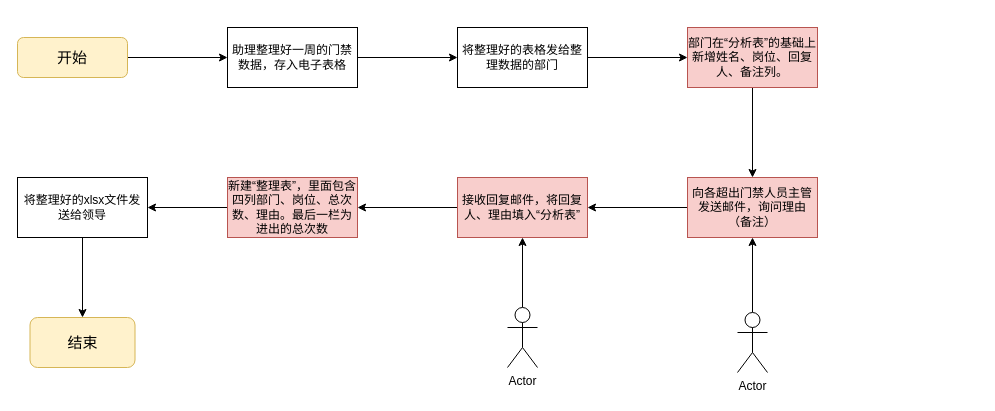
Before: flowchart/自动化整理门禁信息.drawio in PenguinLJ/DrawChart, a draw.io diagram. Source tidied: cells renumbered, new cells numbered last; positions are measured from the earlier drawing's top-left corner, leaving out a move shared by most shapes. Both pictures are drawn from the tidied source at 100%, with x=0, y=0 at pixel (17, 27).
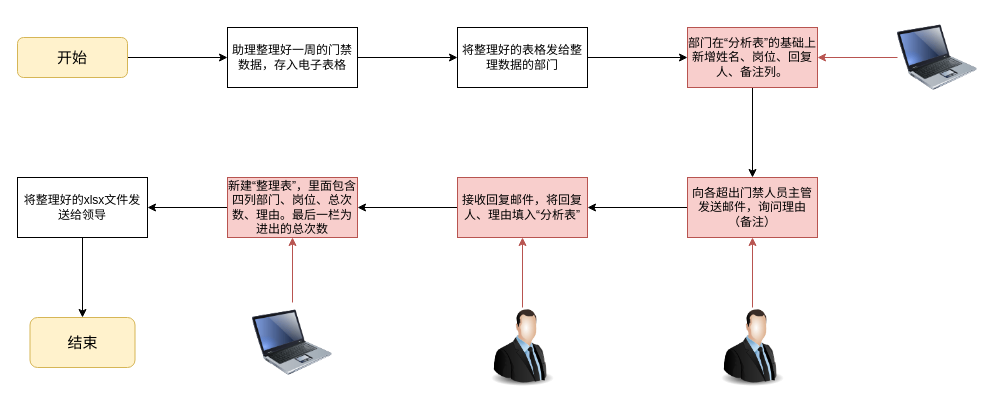
Above is the later version.

Commit message:
更新自动化整理门禁信息.drawio

The change refers to these unchanged cells:
```xml
<mxCell id="10" value="部门在“分析表”的基础上新增姓名、岗位、回复人、备注列。" style="rounded=0;whiteSpace=wrap;html=1;fillColor=#f8cecc;strokeColor=#b85450;" parent="1" vertex="1">
  <mxGeometry x="670" width="130" height="60" as="geometry" />
</mxCell>
<mxCell id="12" value="向各超出门禁人员主管发送邮件，询问理由（备注）" style="rounded=0;whiteSpace=wrap;html=1;fillColor=#f8cecc;strokeColor=#b85450;" parent="1" vertex="1">
  <mxGeometry x="670" y="150" width="130" height="60" as="geometry" />
</mxCell>
<mxCell id="14" value="接收回复邮件，将回复人、理由填入“分析表”" style="rounded=0;whiteSpace=wrap;html=1;fillColor=#f8cecc;strokeColor=#b85450;" parent="1" vertex="1">
  <mxGeometry x="440" y="150" width="130" height="60" as="geometry" />
</mxCell>
<mxCell id="16" value="新建“整理表”，里面包含四列部门、岗位、总次数、理由。最后一栏为进出的总次数" style="rounded=0;whiteSpace=wrap;html=1;fillColor=#f8cecc;strokeColor=#b85450;" parent="1" vertex="1">
  <mxGeometry x="210" y="150" width="130" height="60" as="geometry" />
</mxCell>
```

What changed in the source:
```diff
@@
-    <mxCell id="19" style="edgeStyle=orthogonalEdgeStyle;rounded=0;jettySize=auto;html=1;exitX=0.5;exitY=0;exitDx=0;exitDy=0;exitPerimeter=0;entryX=0.5;entryY=1;entryDx=0;entryDy=0;" parent="1" edge="1" source="20" target="12">
-      <mxGeometry relative="1" as="geometry" />
-    </mxCell>
-    <mxCell id="20" value="Actor" style="shape=umlActor;verticalLabelPosition=bottom;verticalAlign=top;html=1;outlineConnect=0;" parent="1" vertex="1">
-      <mxGeometry x="720" y="285" width="30" height="60" as="geometry" />
-    </mxCell>
-    <mxCell id="21" style="edgeStyle=orthogonalEdgeStyle;rounded=0;jettySize=auto;html=1;entryX=0.5;entryY=1;entryDx=0;entryDy=0;" parent="1" edge="1" source="22" target="14">
-      <mxGeometry relative="1" as="geometry" />
-    </mxCell>
-    <mxCell id="22" value="Actor" style="shape=umlActor;verticalLabelPosition=bottom;verticalAlign=top;html=1;outlineConnect=0;" parent="1" vertex="1">
-      <mxGeometry x="490" y="280" width="30" height="60" as="geometry" />
-    </mxCell>
+    <mxCell id="23" style="edgeStyle=orthogonalEdgeStyle;rounded=0;jettySize=auto;html=1;exitX=0.5;exitY=0;exitDx=0;exitDy=0;entryX=0.5;entryY=1;entryDx=0;entryDy=0;fillColor=#f8cecc;strokeColor=#b85450;" parent="1" edge="1" source="24" target="14">
+      <mxGeometry relative="1" as="geometry" />
+    </mxCell>
+    <mxCell id="24" style="image;html=1;image=img/lib/clip_art/people/Suit_Man_128x128.png;" parent="1" vertex="1">
+      <mxGeometry x="465" y="280" width="80" height="80" as="geometry" />
+    </mxCell>
+    <mxCell id="25" style="edgeStyle=orthogonalEdgeStyle;rounded=0;jettySize=auto;html=1;exitX=0.5;exitY=0;exitDx=0;exitDy=0;entryX=0.5;entryY=1;entryDx=0;entryDy=0;fillColor=#f8cecc;strokeColor=#b85450;" parent="1" edge="1" source="26" target="12">
+      <mxGeometry relative="1" as="geometry" />
+    </mxCell>
+    <mxCell id="26" style="image;html=1;image=img/lib/clip_art/people/Suit_Man_128x128.png;" parent="1" vertex="1">
+      <mxGeometry x="695" y="280" width="80" height="80" as="geometry" />
+    </mxCell>
+    <mxCell id="27" style="edgeStyle=orthogonalEdgeStyle;rounded=0;jettySize=auto;html=1;exitX=0.5;exitY=0;exitDx=0;exitDy=0;entryX=0.5;entryY=1;entryDx=0;entryDy=0;fillColor=#f8cecc;strokeColor=#b85450;" parent="1" edge="1" source="28" target="16">
+      <mxGeometry relative="1" as="geometry" />
+    </mxCell>
+    <mxCell id="28" style="image;html=1;image=img/lib/clip_art/computers/Laptop_128x128.png;" parent="1" vertex="1">
+      <mxGeometry x="235" y="275" width="80" height="80" as="geometry" />
+    </mxCell>
+    <mxCell id="29" style="edgeStyle=orthogonalEdgeStyle;rounded=0;jettySize=auto;html=1;exitX=0;exitY=0.5;exitDx=0;exitDy=0;entryX=1;entryY=0.5;entryDx=0;entryDy=0;fillColor=#f8cecc;strokeColor=#b85450;" parent="1" edge="1" source="30" target="10">
+      <mxGeometry relative="1" as="geometry" />
+    </mxCell>
+    <mxCell id="30" style="image;html=1;image=img/lib/clip_art/computers/Laptop_128x128.png;" parent="1" vertex="1">
+      <mxGeometry x="880" y="-10" width="80" height="80" as="geometry" />
+    </mxCell>
```
